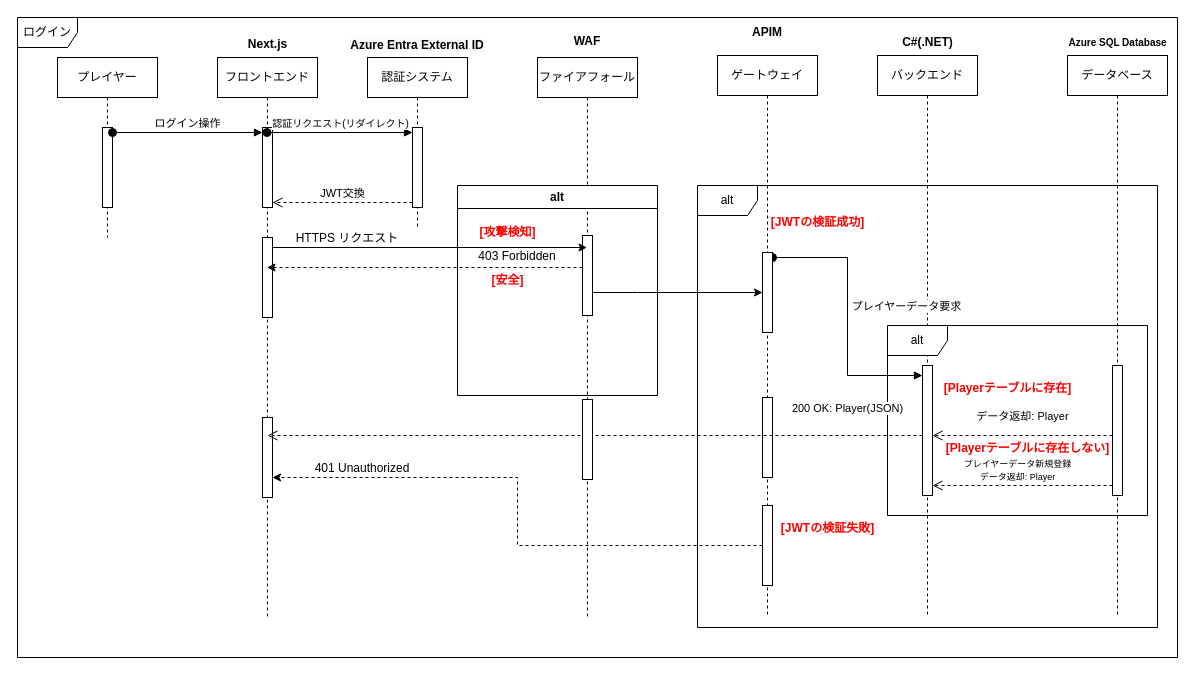
Above: page "ログイン" (1 of 4) of docs/UML/シーケンス図.drawio in ayumu203/poke-clone-v3 (draw.io), before the change. Source tidied: cells renumbered, new cells numbered last; positions are measured from the earlier drawing's top-left corner, leaving out a move shared by most shapes. Both pictures are drawn from the tidied source at 100%, with x=0, y=0 at pixel (17, 17).
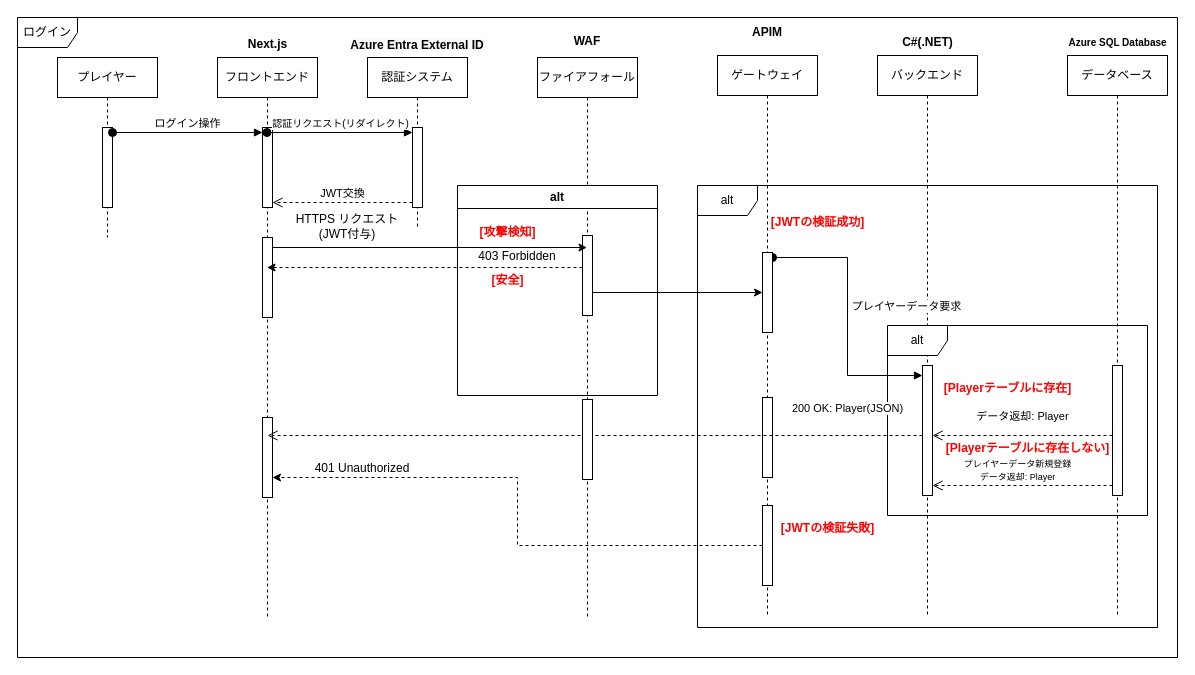
After the change.

What changed in the source:
```diff
@@
-    <mxCell id="47" value="HTTPS リクエスト" style="text;html=1;align=center;verticalAlign=middle;whiteSpace=wrap;rounded=0;" parent="1" vertex="1">
-      <mxGeometry x="270" y="210" width="120" height="22" as="geometry" />
+    <mxCell id="47" value="HTTPS リクエスト&lt;div&gt;(JWT付与)&lt;/div&gt;" style="text;html=1;align=center;verticalAlign=middle;whiteSpace=wrap;rounded=0;" parent="1" vertex="1">
+      <mxGeometry x="270" y="198" width="120" height="22" as="geometry" />
     </mxCell>
```
